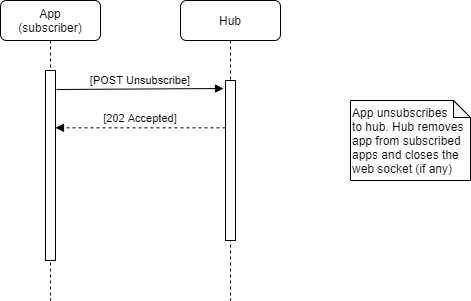
Above: docs/img/UnsubscriptionSequence.png in HL7/fhircast-docs (draw.io), before the change. Source tidied: cells renumbered, new cells last; positions are measured from the earlier drawing's top-left corner, leaving out a move shared by most shapes. The source it was exported from:
```xml
<mxGraphModel>
  <root>
    <mxCell id="0" />
    <mxCell id="1" parent="0" />
    <mxCell id="2" value="App&#10;(subscriber)" style="shape=umlLifeline;perimeter=lifelinePerimeter;rounded=1;shadow=0;strokeWidth=1;" parent="1" vertex="1">
      <mxGeometry width="100" height="300" as="geometry" />
    </mxCell>
    <mxCell id="3" style="points=[];perimeter=orthogonalPerimeter;rounded=0;shadow=0;strokeWidth=1;" parent="2" vertex="1">
      <mxGeometry x="45" y="70" width="10" height="190" as="geometry" />
    </mxCell>
    <mxCell id="4" value="Hub" style="shape=umlLifeline;perimeter=lifelinePerimeter;rounded=1;shadow=0;strokeWidth=1;" parent="1" vertex="1">
      <mxGeometry x="180" width="100" height="300" as="geometry" />
    </mxCell>
    <mxCell id="5" style="points=[];perimeter=orthogonalPerimeter;rounded=0;shadow=0;strokeWidth=1;" parent="4" vertex="1">
      <mxGeometry x="45" y="80" width="10" height="160" as="geometry" />
    </mxCell>
    <mxCell id="6" value="[POST Unsubscribe]" style="verticalAlign=bottom;endArrow=block;entryX=-0.2;entryY=0.05;shadow=0;strokeWidth=1;exitX=1.1;exitY=0.1;exitDx=0;exitDy=0;exitPerimeter=0;entryDx=0;entryDy=0;entryPerimeter=0;" parent="1" edge="1" source="3" target="5">
      <mxGeometry relative="1" as="geometry" />
    </mxCell>
    <mxCell id="7" value="[202 Accepted]" style="verticalAlign=bottom;endArrow=block;shadow=0;strokeWidth=1;fontSize=11;dashed=1;entryX=1;entryY=0.265;entryDx=0;entryDy=0;entryPerimeter=0;" parent="1" edge="1">
      <mxGeometry relative="1" as="geometry">
        <mxPoint x="225" y="127.4" as="sourcePoint" />
        <mxPoint x="55" y="127.4" as="targetPoint" />
      </mxGeometry>
    </mxCell>
    <mxCell id="8" value="App unsubscribes &lt;br&gt;to hub. Hub removes app from subscribed apps and closes the web socket (if any)" style="shape=note;whiteSpace=wrap;html=1;backgroundOutline=1;darkOpacity=0.05;rounded=1;align=left;size=17;" parent="1" vertex="1">
      <mxGeometry x="350" y="100" width="120" height="80" as="geometry" />
    </mxCell>
  </root>
</mxGraphModel>
```
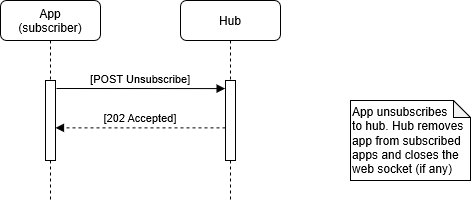
The same diagram one commit later.

What changed in the source:
```diff
@@ -3,18 +3,18 @@
     <mxCell id="0" />
     <mxCell id="1" parent="0" />
     <mxCell id="2" value="App&#10;(subscriber)" style="shape=umlLifeline;perimeter=lifelinePerimeter;rounded=1;shadow=0;strokeWidth=1;" parent="1" vertex="1">
-      <mxGeometry width="100" height="300" as="geometry" />
+      <mxGeometry width="100" height="200" as="geometry" />
     </mxCell>
     <mxCell id="3" style="points=[];perimeter=orthogonalPerimeter;rounded=0;shadow=0;strokeWidth=1;" parent="2" vertex="1">
-      <mxGeometry x="45" y="70" width="10" height="190" as="geometry" />
+      <mxGeometry x="45" y="80" width="10" height="80" as="geometry" />
     </mxCell>
     <mxCell id="4" value="Hub" style="shape=umlLifeline;perimeter=lifelinePerimeter;rounded=1;shadow=0;strokeWidth=1;" parent="1" vertex="1">
-      <mxGeometry x="180" width="100" height="300" as="geometry" />
+      <mxGeometry x="180" width="100" height="200" as="geometry" />
     </mxCell>
     <mxCell id="5" style="points=[];perimeter=orthogonalPerimeter;rounded=0;shadow=0;strokeWidth=1;" parent="4" vertex="1">
-      <mxGeometry x="45" y="80" width="10" height="160" as="geometry" />
+      <mxGeometry x="45" y="80" width="10" height="80" as="geometry" />
     </mxCell>
-    <mxCell id="6" value="[POST Unsubscribe]" style="verticalAlign=bottom;endArrow=block;entryX=-0.2;entryY=0.05;shadow=0;strokeWidth=1;exitX=1.1;exitY=0.1;exitDx=0;exitDy=0;exitPerimeter=0;entryDx=0;entryDy=0;entryPerimeter=0;" parent="1" edge="1" source="3" target="5">
+    <mxCell id="6" value="[POST Unsubscribe]" style="verticalAlign=bottom;endArrow=block;entryX=-0.04;entryY=0.101;shadow=0;strokeWidth=1;exitX=1.1;exitY=0.1;exitDx=0;exitDy=0;exitPerimeter=0;entryDx=0;entryDy=0;entryPerimeter=0;" parent="1" edge="1" source="3" target="5">
       <mxGeometry relative="1" as="geometry" />
     </mxCell>
     <mxCell id="7" value="[202 Accepted]" style="verticalAlign=bottom;endArrow=block;shadow=0;strokeWidth=1;fontSize=11;dashed=1;entryX=1;entryY=0.265;entryDx=0;entryDy=0;entryPerimeter=0;" parent="1" edge="1">
```
